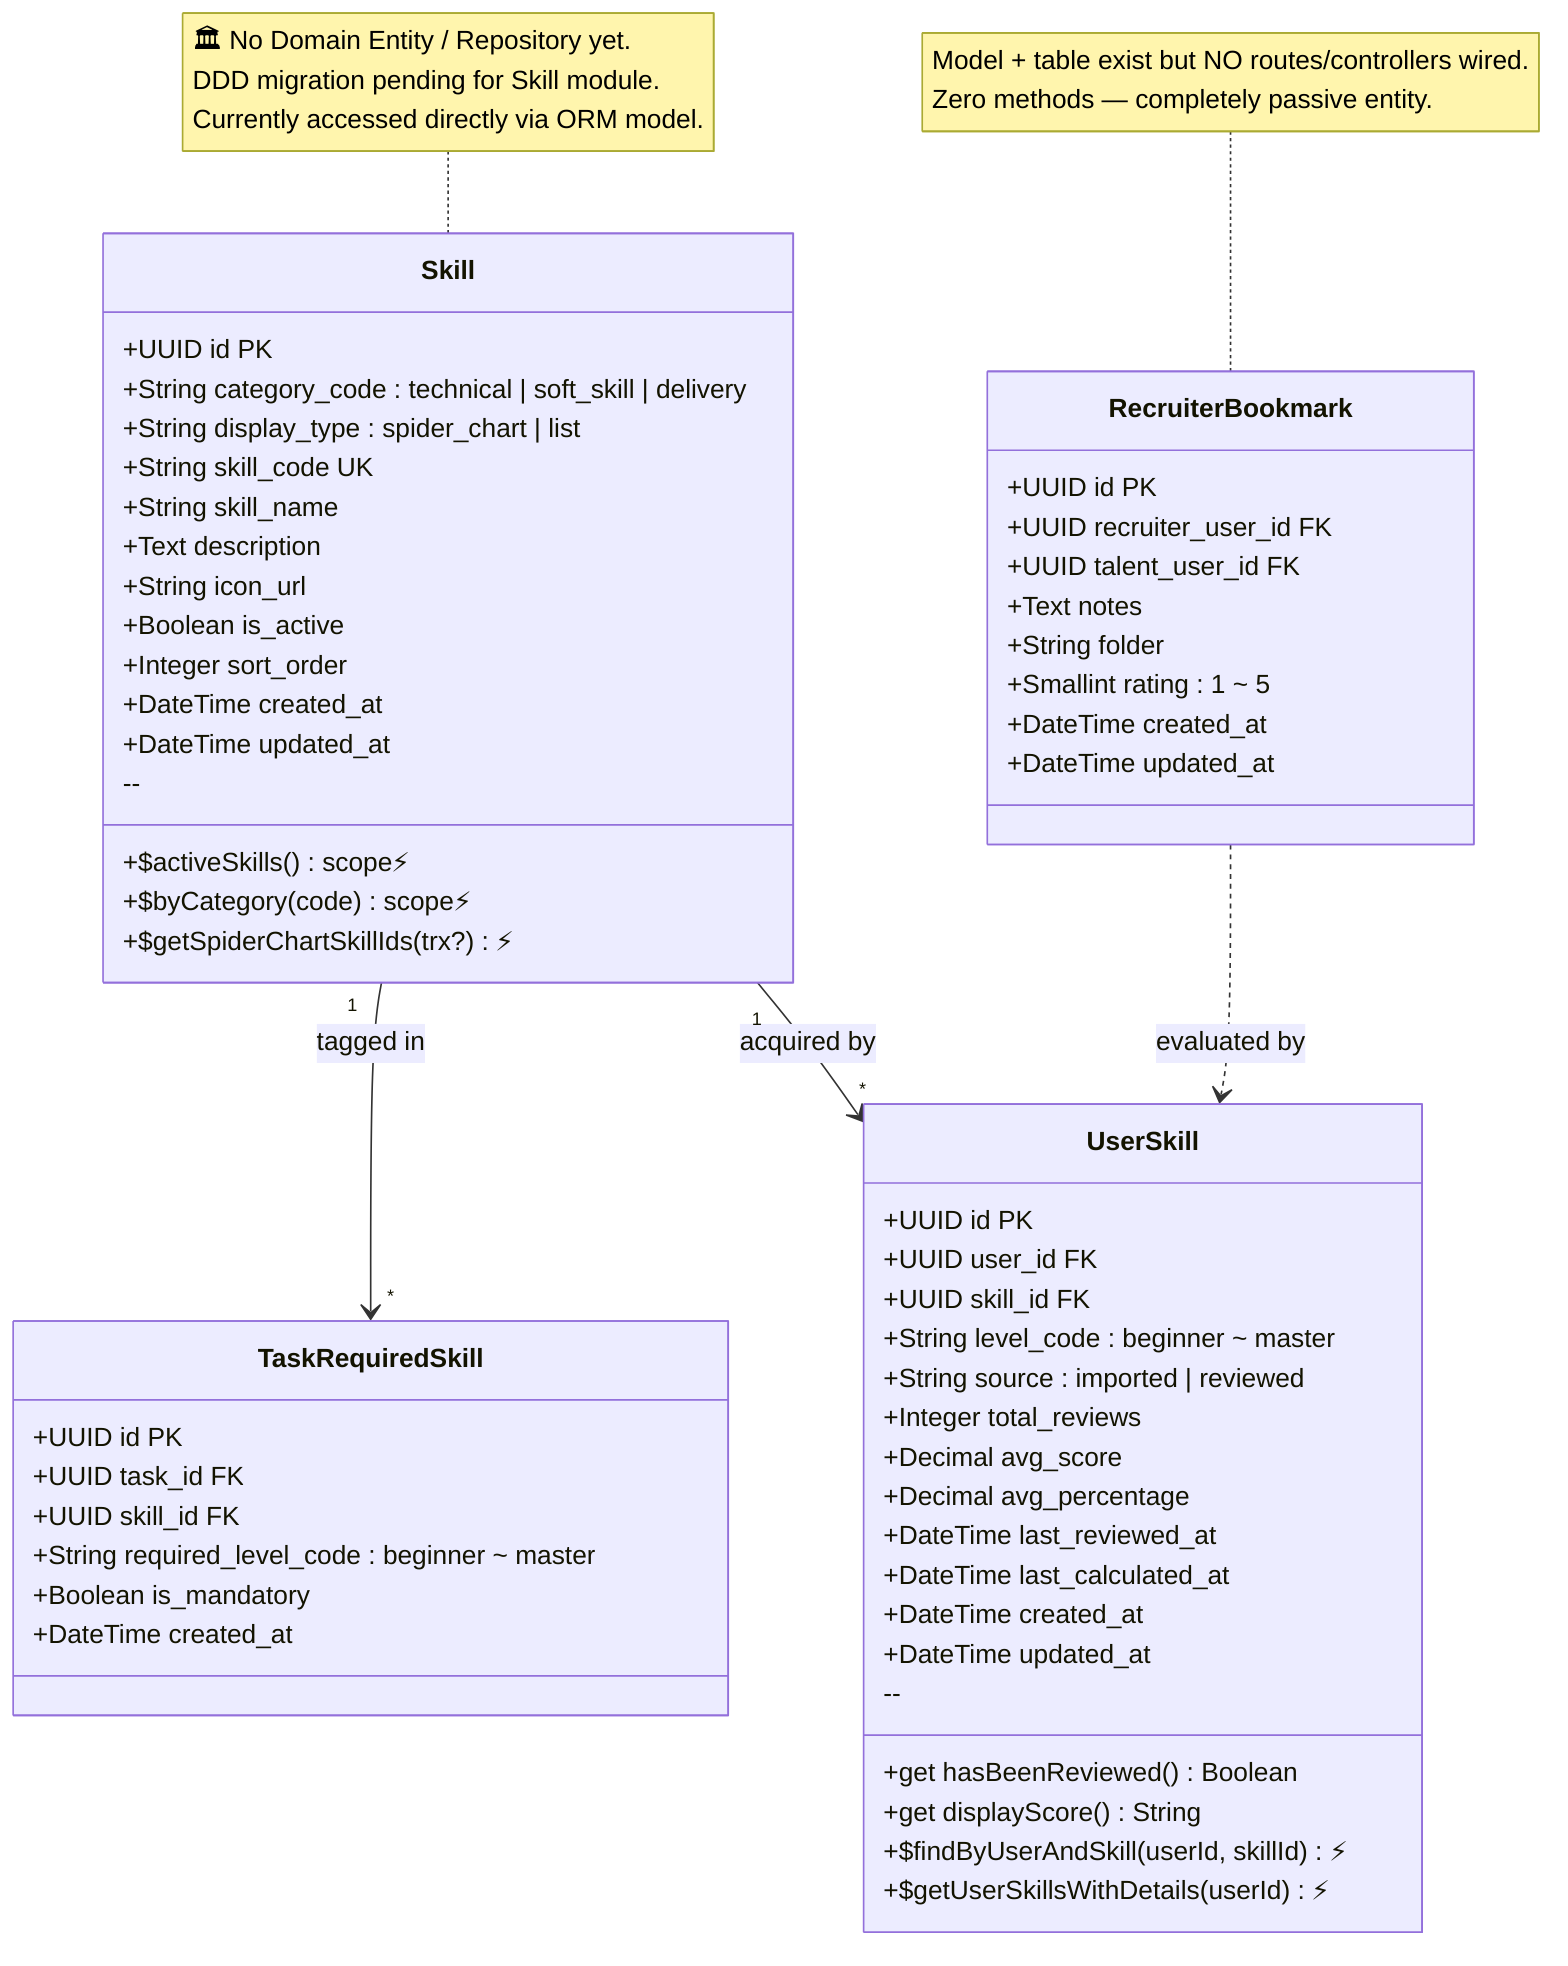
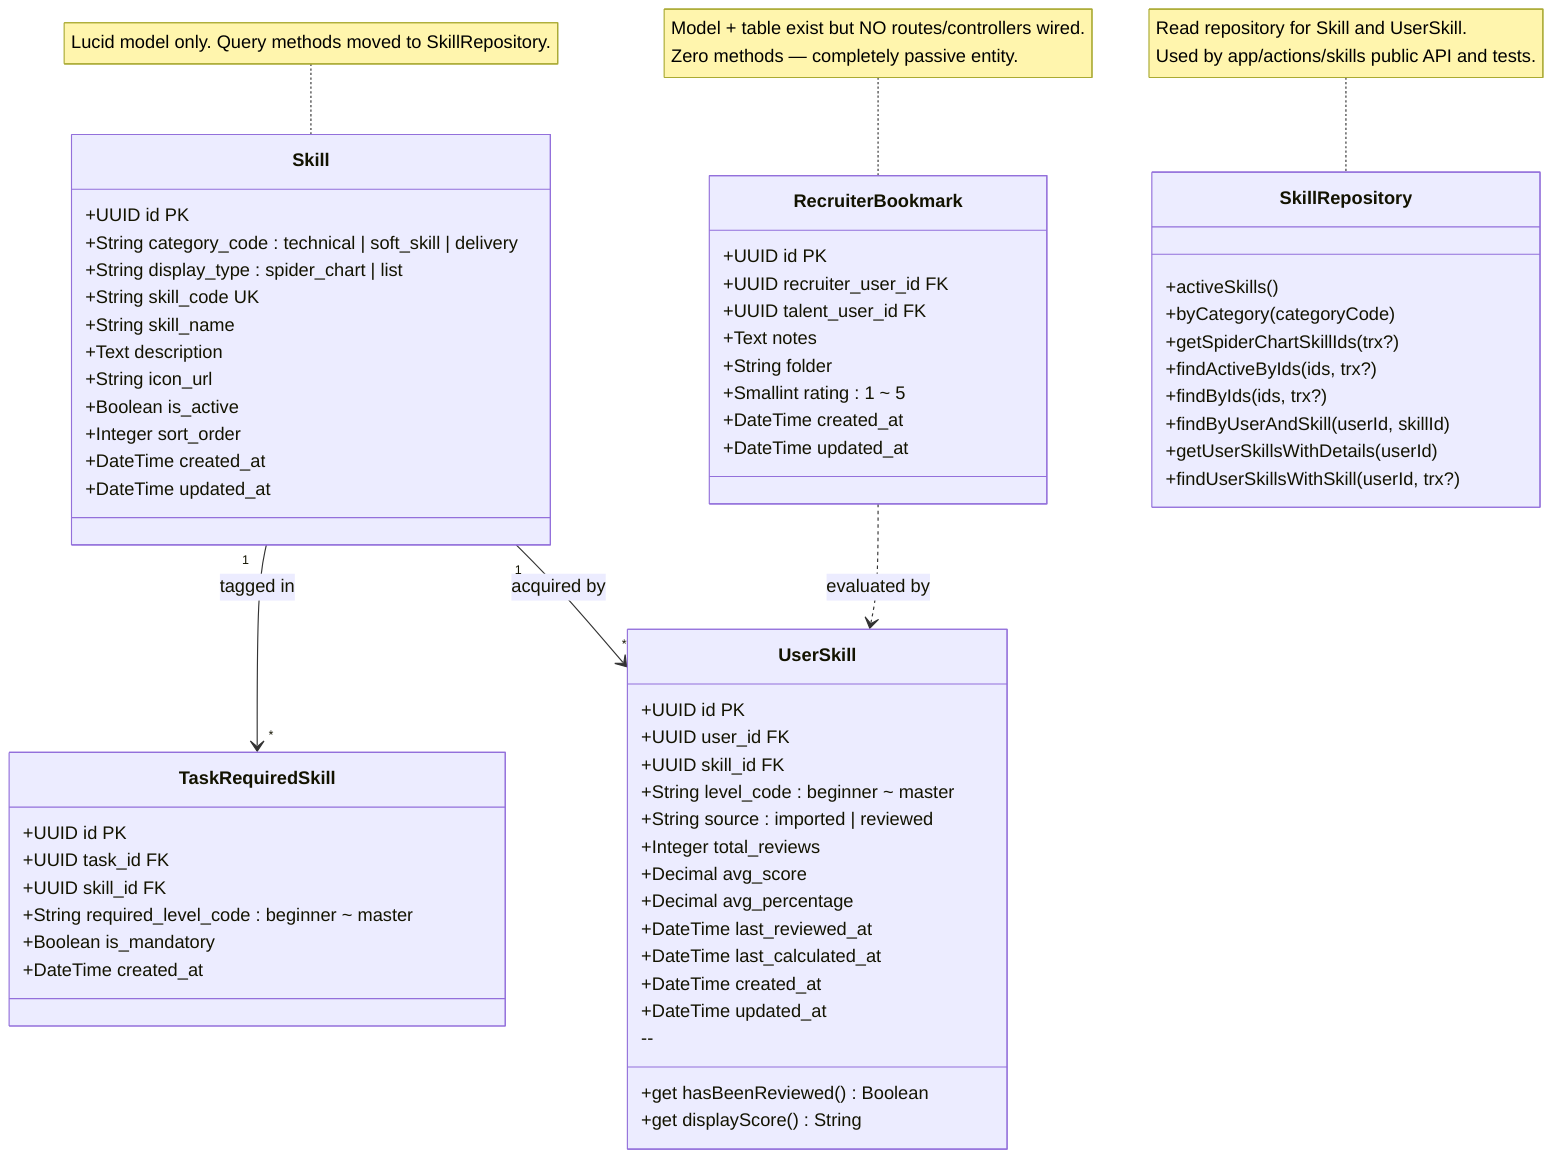

%% Class Diagram: Skill Domain
- %% Source: app/models/skill.ts, user_skill.ts, task_required_skill.ts,
- %%         recruiter_bookmark.ts
+ %% Source: app/infra/skills/models/skill.ts,
+ %%         app/infra/users/models/user_skill.ts, app/infra/users/models/recruiter_bookmark.ts,
+ %%         app/infra/tasks/models/task_required_skill.ts
%% Scope: Columns match @column decorators exactly.
- %%         ⚡ = leaked static method (should → Repository layer).
+ %%         Repository methods now live in app/infra/skills/repositories/skill_repository.ts.
%%         RecruiterBookmark: model + table exist but NO routes wired.
- %%         🏛️ NOTE: No domain entities / repositories / mappers exist yet
- %%         for the Skill module. Clean Architecture DDD migration is pending.
- %%         Skill data is still accessed directly via ORM models.
+ %%         NOTE: Skill has an action public API + infra repository, but no dedicated domain entity yet.
classDiagram
    class Skill {
        +UUID id PK
        +String category_code : technical | soft_skill | delivery
        +String display_type : spider_chart | list
        +String skill_code UK
        +String skill_name
        +Text description
        +String icon_url
        +Boolean is_active
        +Integer sort_order
        +DateTime created_at
        +DateTime updated_at
-         --
-         +$activeSkills() scope⚡
-         +$byCategory(code) scope⚡
-         +$getSpiderChartSkillIds(trx?)⚡
    }

    class UserSkill {
        +UUID id PK
        +UUID user_id FK
        +UUID skill_id FK
        +String level_code : beginner ~ master
        +String source : imported | reviewed
        +Integer total_reviews
        +Decimal avg_score
        +Decimal avg_percentage
        +DateTime last_reviewed_at
        +DateTime last_calculated_at
        +DateTime created_at
        +DateTime updated_at
        --
        +get hasBeenReviewed() Boolean
        +get displayScore() String
-         +$findByUserAndSkill(userId, skillId)⚡
-         +$getUserSkillsWithDetails(userId)⚡
    }

    class TaskRequiredSkill {
        +UUID id PK
        +UUID task_id FK
        +UUID skill_id FK
        +String required_level_code : beginner ~ master
        +Boolean is_mandatory
        +DateTime created_at
    }

    class RecruiterBookmark {
        +UUID id PK
        +UUID recruiter_user_id FK
        +UUID talent_user_id FK
        +Text notes
        +String folder
        +Smallint rating : 1 ~ 5
        +DateTime created_at
        +DateTime updated_at
    }

+     class SkillRepository {
+         +activeSkills()
+         +byCategory(categoryCode)
+         +getSpiderChartSkillIds(trx?)
+         +findActiveByIds(ids, trx?)
+         +findByIds(ids, trx?)
+         +findByUserAndSkill(userId, skillId)
+         +getUserSkillsWithDetails(userId)
+         +findUserSkillsWithSkill(userId, trx?)
+     }
+ 
    %% Relationships
    Skill "1" --> "*" TaskRequiredSkill : tagged in
    Skill "1" --> "*" UserSkill : acquired by
    RecruiterBookmark ..> UserSkill : evaluated by

    note for RecruiterBookmark "Model + table exist but NO routes/controllers wired.
    Zero methods — completely passive entity."
-     note for Skill "🏛️ No Domain Entity / Repository yet.
-     DDD migration pending for Skill module.
-     Currently accessed directly via ORM model."
- 
+     note for Skill "Lucid model only. Query methods moved to SkillRepository."
+     note for SkillRepository "Read repository for Skill and UserSkill.
+     Used by app/actions/skills public API and tests."
